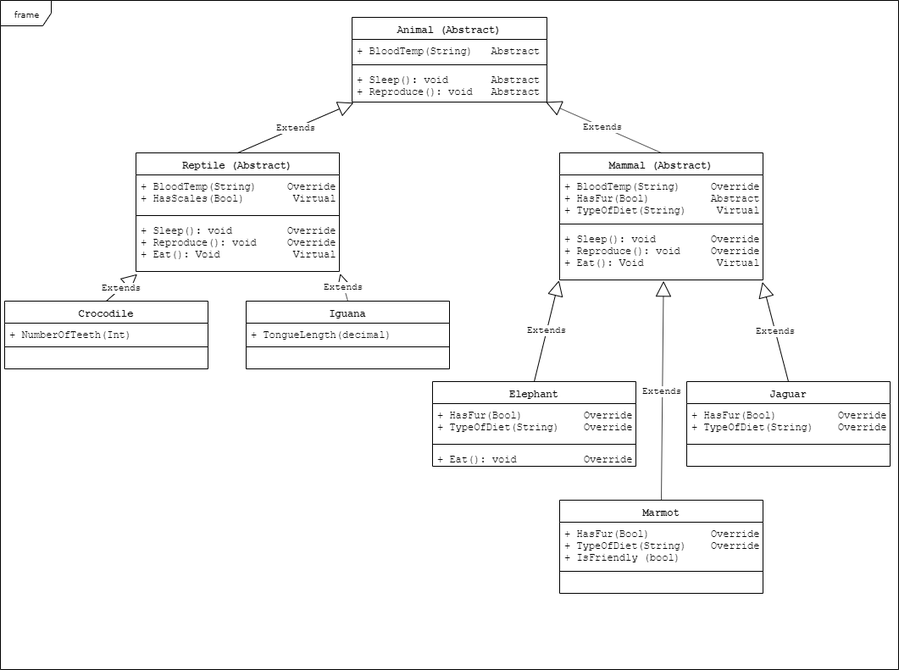
This is assets/UMLchart.png from cdcummings10/Lab05--Zoo, a draw.io export, as it was before one commit. Source tidied: cells renumbered, new cells last; positions are measured from the earlier drawing's top-left corner, leaving out a move shared by most shapes.
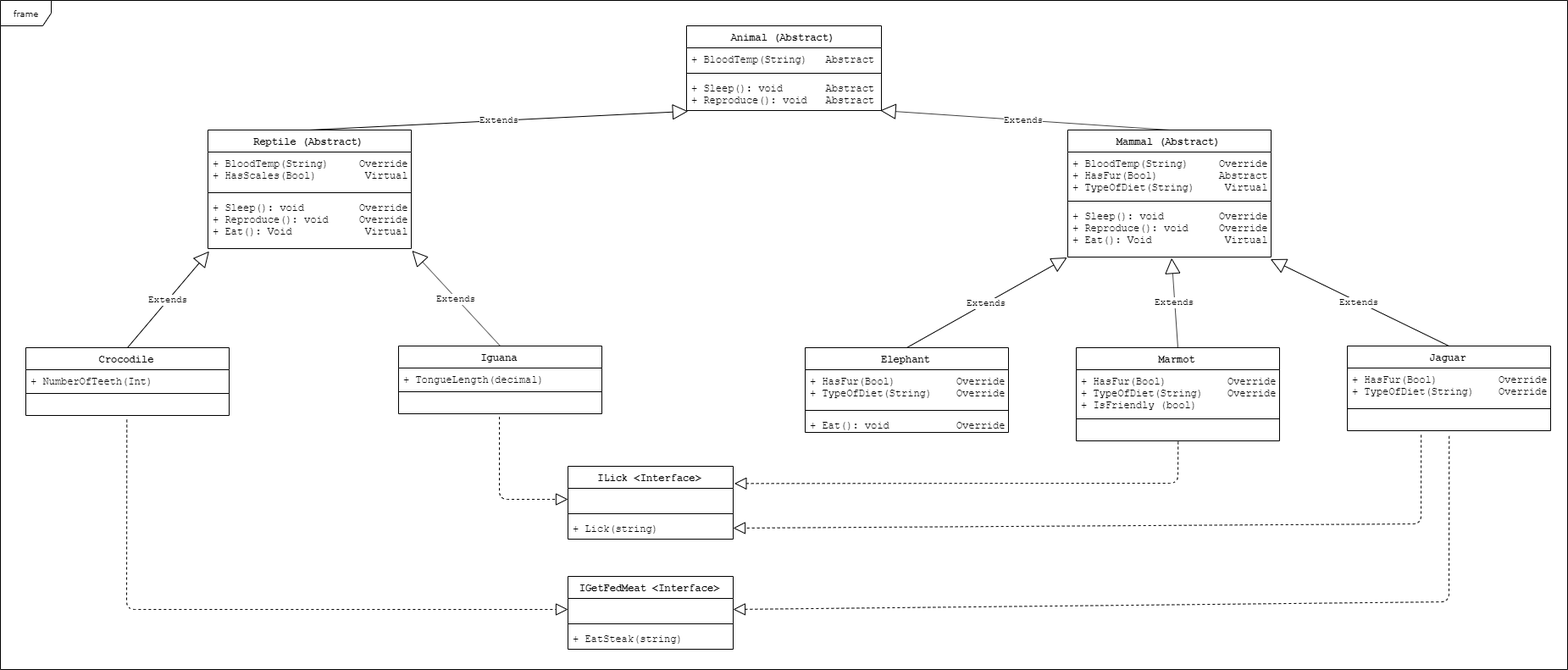
After the commit.

Diff of the diagram source:
```diff
@@ -3,10 +3,10 @@
     <mxCell id="0" />
     <mxCell id="1" parent="0" />
     <mxCell id="2" value="frame" style="shape=umlFrame;whiteSpace=wrap;html=1;rounded=0;shadow=0;comic=0;labelBackgroundColor=none;strokeColor=#000000;strokeWidth=1;fillColor=#ffffff;fontFamily=Verdana;fontSize=10;fontColor=#000000;align=center;" parent="1" vertex="1">
-      <mxGeometry width="1060" height="790" as="geometry" />
+      <mxGeometry x="-790" width="1850" height="790" as="geometry" />
     </mxCell>
     <mxCell id="3" value="Animal (Abstract)" style="swimlane;fontStyle=1;align=center;verticalAlign=top;horizontal=1;startSize=26;fontFamily=Courier New;" parent="1" vertex="1">
-      <mxGeometry x="415" y="20" width="230" height="100" as="geometry" />
+      <mxGeometry x="20" y="30" width="230" height="100" as="geometry" />
     </mxCell>
     <mxCell id="4" value="+ BloodTemp(String)   Abstract" style="text;strokeColor=none;fillColor=none;align=left;verticalAlign=top;spacingLeft=4;spacingRight=4;overflow=hidden;fontFamily=Courier New;" parent="3" vertex="1">
       <mxGeometry y="26" width="230" height="26" as="geometry" />
@@ -18,7 +18,7 @@
       <mxGeometry y="60" width="230" height="40" as="geometry" />
     </mxCell>
     <mxCell id="7" value="Reptile (Abstract)" style="swimlane;fontStyle=1;align=center;verticalAlign=top;horizontal=1;startSize=26;fontFamily=Courier New;" parent="1" vertex="1">
-      <mxGeometry x="160" y="180" width="240" height="140" as="geometry" />
+      <mxGeometry x="-545" y="153" width="240" height="140" as="geometry" />
     </mxCell>
     <mxCell id="8" value="+ BloodTemp(String)     Override&#10;+ HasScales(Bool)        Virtual" style="text;strokeColor=none;fillColor=none;align=left;verticalAlign=top;spacingLeft=4;spacingRight=4;overflow=hidden;fontFamily=Courier New;" parent="7" vertex="1">
       <mxGeometry y="26" width="240" height="44" as="geometry" />
@@ -30,7 +30,7 @@
       <mxGeometry y="78" width="240" height="62" as="geometry" />
     </mxCell>
     <mxCell id="11" value="Mammal (Abstract)" style="swimlane;fontStyle=1;align=center;verticalAlign=top;horizontal=1;startSize=26;fontFamily=Courier New;" parent="1" vertex="1">
-      <mxGeometry x="660" y="180" width="240" height="150" as="geometry" />
+      <mxGeometry x="470" y="153" width="240" height="150" as="geometry" />
     </mxCell>
     <mxCell id="12" value="+ BloodTemp(String)     Override&#10;+ HasFur(Bool)          Abstract&#10;+ TypeOfDiet(String)     Virtual" style="text;strokeColor=none;fillColor=none;align=left;verticalAlign=top;spacingLeft=4;spacingRight=4;overflow=hidden;fontFamily=Courier New;" parent="11" vertex="1">
       <mxGeometry y="26" width="240" height="54" as="geometry" />
@@ -48,7 +48,7 @@
       <mxGeometry relative="1" as="geometry" />
     </mxCell>
     <mxCell id="17" value="Crocodile" style="swimlane;fontStyle=1;align=center;verticalAlign=top;horizontal=1;startSize=26;fontFamily=Courier New;" parent="1" vertex="1">
-      <mxGeometry x="5" y="355" width="240" height="80" as="geometry" />
+      <mxGeometry x="-760" y="410" width="240" height="80" as="geometry" />
     </mxCell>
     <mxCell id="18" value="+ NumberOfTeeth(Int)" style="text;strokeColor=none;fillColor=none;align=left;verticalAlign=top;spacingLeft=4;spacingRight=4;overflow=hidden;fontFamily=Courier New;" parent="17" vertex="1">
       <mxGeometry y="26" width="240" height="24" as="geometry" />
@@ -60,7 +60,7 @@
       <mxGeometry y="58" width="240" height="22" as="geometry" />
     </mxCell>
     <mxCell id="21" value="Iguana" style="swimlane;fontStyle=1;align=center;verticalAlign=top;horizontal=1;startSize=26;fontFamily=Courier New;" parent="1" vertex="1">
-      <mxGeometry x="290" y="355" width="240" height="80" as="geometry" />
+      <mxGeometry x="-320" y="408" width="240" height="80" as="geometry" />
     </mxCell>
     <mxCell id="22" value="+ TongueLength(decimal)" style="text;strokeColor=none;fillColor=none;align=left;verticalAlign=top;spacingLeft=4;spacingRight=4;overflow=hidden;fontFamily=Courier New;" parent="21" vertex="1">
       <mxGeometry y="26" width="240" height="24" as="geometry" />
@@ -78,7 +78,7 @@
       <mxGeometry relative="1" as="geometry" />
     </mxCell>
     <mxCell id="27" value="Elephant" style="swimlane;fontStyle=1;align=center;verticalAlign=top;horizontal=1;startSize=26;fontFamily=Courier New;" parent="1" vertex="1">
-      <mxGeometry x="510" y="450" width="240" height="100" as="geometry" />
+      <mxGeometry x="160" y="410" width="240" height="100" as="geometry" />
     </mxCell>
     <mxCell id="28" value="+ HasFur(Bool)          Override&#10;+ TypeOfDiet(String)    Override " style="text;strokeColor=none;fillColor=none;align=left;verticalAlign=top;spacingLeft=4;spacingRight=4;overflow=hidden;fontFamily=Courier New;" parent="27" vertex="1">
       <mxGeometry y="26" width="240" height="44" as="geometry" />
@@ -90,7 +90,7 @@
       <mxGeometry y="78" width="240" height="22" as="geometry" />
     </mxCell>
     <mxCell id="31" value="Jaguar" style="swimlane;fontStyle=1;align=center;verticalAlign=top;horizontal=1;startSize=26;fontFamily=Courier New;" parent="1" vertex="1">
-      <mxGeometry x="810" y="450" width="240" height="100" as="geometry" />
+      <mxGeometry x="800" y="408" width="240" height="100" as="geometry" />
     </mxCell>
     <mxCell id="32" value="+ HasFur(Bool)          Override&#10;+ TypeOfDiet(String)    Override " style="text;strokeColor=none;fillColor=none;align=left;verticalAlign=top;spacingLeft=4;spacingRight=4;overflow=hidden;fontFamily=Courier New;" parent="31" vertex="1">
       <mxGeometry y="26" width="240" height="44" as="geometry" />
@@ -102,7 +102,7 @@
       <mxGeometry y="78" width="240" height="22" as="geometry" />
     </mxCell>
     <mxCell id="35" value="Marmot" style="swimlane;fontStyle=1;align=center;verticalAlign=top;horizontal=1;startSize=26;fontFamily=Courier New;" parent="1" vertex="1">
-      <mxGeometry x="660" y="590" width="240" height="110" as="geometry" />
+      <mxGeometry x="480" y="410" width="240" height="110" as="geometry" />
     </mxCell>
     <mxCell id="36" value="+ HasFur(Bool)          Override&#10;+ TypeOfDiet(String)    Override &#10;+ IsFriendly (bool)" style="text;strokeColor=none;fillColor=none;align=left;verticalAlign=top;spacingLeft=4;spacingRight=4;overflow=hidden;fontFamily=Courier New;" parent="35" vertex="1">
       <mxGeometry y="26" width="240" height="54" as="geometry" />
@@ -122,5 +122,64 @@
     <mxCell id="41" value="Extends" style="endArrow=block;endSize=16;endFill=0;html=1;fontFamily=Courier New;exitX=0.5;exitY=0;exitDx=0;exitDy=0;entryX=0.511;entryY=1.019;entryDx=0;entryDy=0;entryPerimeter=0;" parent="1" edge="1" source="35" target="14">
       <mxGeometry relative="1" as="geometry" />
     </mxCell>
+    <mxCell id="42" value="IGetFedMeat &lt;Interface&gt;" style="swimlane;fontStyle=1;align=center;verticalAlign=top;horizontal=1;startSize=26;fontFamily=Courier New;" parent="1" vertex="1">
+      <mxGeometry x="-120" y="680" width="195" height="86" as="geometry" />
+    </mxCell>
+    <mxCell id="43" value=" " style="text;strokeColor=none;fillColor=none;align=left;verticalAlign=top;spacingLeft=4;spacingRight=4;overflow=hidden;points=[[0,0.5],[1,0.5]];portConstraint=eastwest;fontFamily=Courier New;" parent="42" vertex="1">
+      <mxGeometry y="26" width="195" height="26" as="geometry" />
+    </mxCell>
+    <mxCell id="44" style="line;strokeWidth=1;fillColor=none;align=left;verticalAlign=middle;spacingTop=-1;spacingLeft=3;spacingRight=3;labelPosition=right;" parent="42" vertex="1">
+      <mxGeometry y="52" width="195" height="8" as="geometry" />
+    </mxCell>
+    <mxCell id="45" value="+ EatSteak(string)" style="text;strokeColor=none;fillColor=none;align=left;verticalAlign=top;spacingLeft=4;spacingRight=4;overflow=hidden;fontFamily=Courier New;" parent="42" vertex="1">
+      <mxGeometry y="60" width="195" height="26" as="geometry" />
+    </mxCell>
+    <mxCell id="46" style="endArrow=block;dashed=1;endFill=0;endSize=12;html=1;fontFamily=Courier New;entryX=0;entryY=0.5;entryDx=0;entryDy=0;exitX=0.497;exitY=1.227;exitDx=0;exitDy=0;exitPerimeter=0;" parent="1" edge="1" source="20" target="43">
+      <mxGeometry relative="1" as="geometry">
+        <Array as="points">
+          <mxPoint x="-641" y="719" />
+        </Array>
+      </mxGeometry>
+    </mxCell>
+    <mxCell id="47" value="ILick &lt;Interface&gt;" style="swimlane;fontStyle=1;align=center;verticalAlign=top;horizontal=1;startSize=26;fontFamily=Courier New;" parent="1" vertex="1">
+      <mxGeometry x="-120" y="550" width="195" height="86" as="geometry" />
+    </mxCell>
+    <mxCell id="48" value=" " style="text;strokeColor=none;fillColor=none;align=left;verticalAlign=top;spacingLeft=4;spacingRight=4;overflow=hidden;points=[[0,0.5],[1,0.5]];portConstraint=eastwest;fontFamily=Courier New;" parent="47" vertex="1">
+      <mxGeometry y="26" width="195" height="26" as="geometry" />
+    </mxCell>
+    <mxCell id="49" style="line;strokeWidth=1;fillColor=none;align=left;verticalAlign=middle;spacingTop=-1;spacingLeft=3;spacingRight=3;labelPosition=right;" parent="47" vertex="1">
+      <mxGeometry y="52" width="195" height="8" as="geometry" />
+    </mxCell>
+    <mxCell id="50" value="+ Lick(string)" style="text;strokeColor=none;fillColor=none;align=left;verticalAlign=top;spacingLeft=4;spacingRight=4;overflow=hidden;points=[[0,0.5],[1,0.5]];portConstraint=eastwest;fontFamily=Courier New;" parent="47" vertex="1">
+      <mxGeometry y="60" width="195" height="26" as="geometry" />
+    </mxCell>
+    <mxCell id="51" style="endArrow=block;dashed=1;endFill=0;endSize=12;html=1;fontFamily=Courier New;entryX=1;entryY=0.5;entryDx=0;entryDy=0;exitX=0.501;exitY=1.288;exitDx=0;exitDy=0;exitPerimeter=0;" parent="1" edge="1" source="34" target="43">
+      <mxGeometry relative="1" as="geometry">
+        <Array as="points">
+          <mxPoint x="920" y="710" />
+        </Array>
+      </mxGeometry>
+    </mxCell>
+    <mxCell id="52" style="endArrow=block;dashed=1;endFill=0;endSize=12;html=1;fontFamily=Courier New;entryX=0;entryY=0.5;entryDx=0;entryDy=0;exitX=0.496;exitY=1.167;exitDx=0;exitDy=0;exitPerimeter=0;" parent="1" edge="1" source="24" target="48">
+      <mxGeometry relative="1" as="geometry">
+        <Array as="points">
+          <mxPoint x="-201" y="589" />
+        </Array>
+      </mxGeometry>
+    </mxCell>
+    <mxCell id="53" style="endArrow=block;dashed=1;endFill=0;endSize=12;html=1;fontFamily=Courier New;entryX=1.007;entryY=-0.218;entryDx=0;entryDy=0;exitX=0.501;exitY=1.045;exitDx=0;exitDy=0;exitPerimeter=0;entryPerimeter=0;" parent="1" edge="1" source="38" target="48">
+      <mxGeometry relative="1" as="geometry">
+        <Array as="points">
+          <mxPoint x="600" y="570" />
+        </Array>
+      </mxGeometry>
+    </mxCell>
+    <mxCell id="54" style="endArrow=block;dashed=1;endFill=0;endSize=12;html=1;fontFamily=Courier New;exitX=0.363;exitY=1.227;exitDx=0;exitDy=0;exitPerimeter=0;entryX=1;entryY=0.5;entryDx=0;entryDy=0;" parent="1" edge="1" source="34" target="50">
+      <mxGeometry relative="1" as="geometry">
+        <Array as="points">
+          <mxPoint x="887" y="618" />
+        </Array>
+      </mxGeometry>
+    </mxCell>
   </root>
 </mxGraphModel>
```
